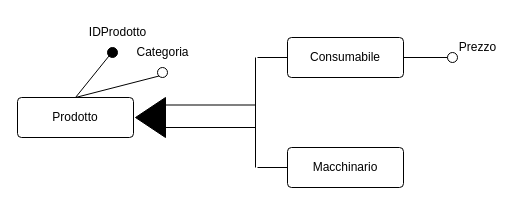
Earlier version of the draw.io diagram Diagrammi/Prodotto.drawio (fedeStaffo/Progetto_Basi_di_dati). Source tidied: cells renumbered, new cells numbered last; positions are measured from the earlier drawing's top-left corner, leaving out a move shared by most shapes. Both pictures are drawn from the tidied source at 100%, with x=0, y=0 at pixel (17, 17).
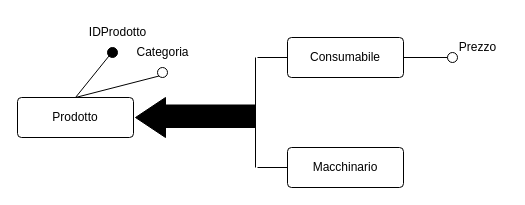
The same diagram, later.

What changed in the source:
```diff
@@
-    <mxCell id="10" style="rounded=0;whiteSpace=wrap;html=1;fillColor=#FFFFFF;" parent="1" vertex="1">
+    <mxCell id="10" style="rounded=0;whiteSpace=wrap;html=1;fillColor=#000000;" parent="1" vertex="1">
       <mxGeometry x="148" y="87.5" width="90" height="22.5" as="geometry" />
     </mxCell>
```
